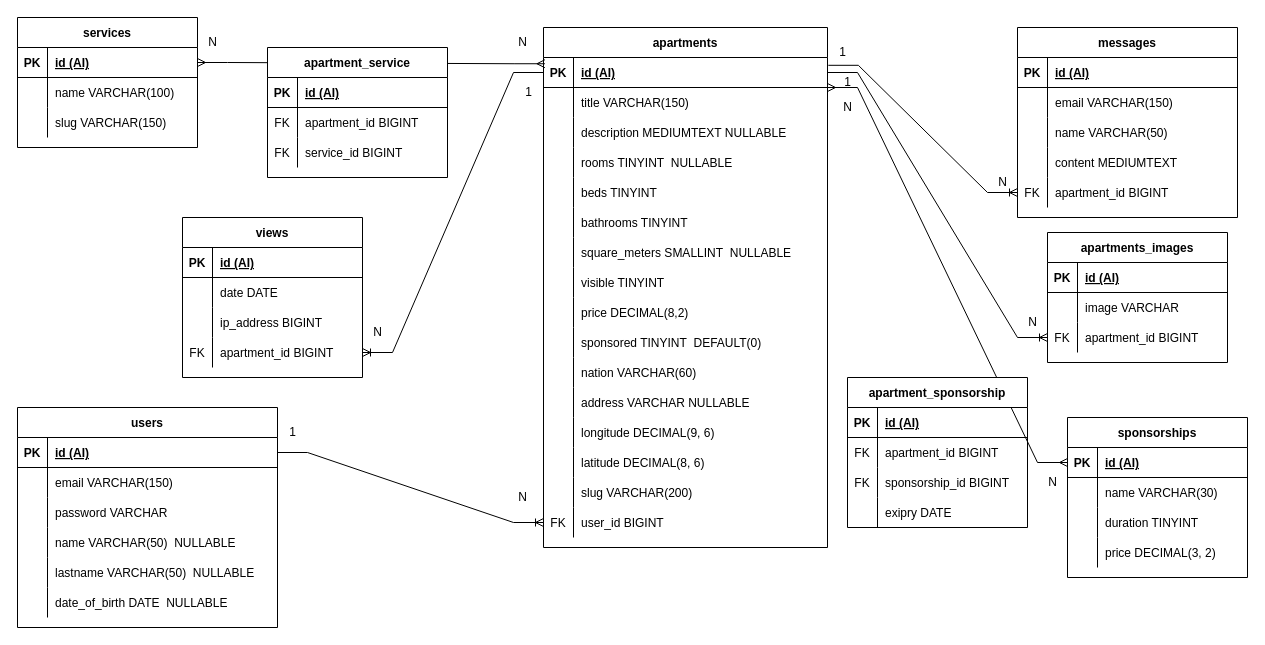
Before: modelloer.drawio in Ennio-M/boolbnb, a draw.io diagram. Source tidied: cells renumbered, new cells numbered last; positions are measured from the earlier drawing's top-left corner, leaving out a move shared by most shapes. Both pictures are drawn from the tidied source at 100%, with x=0, y=0 at pixel (17, 17).
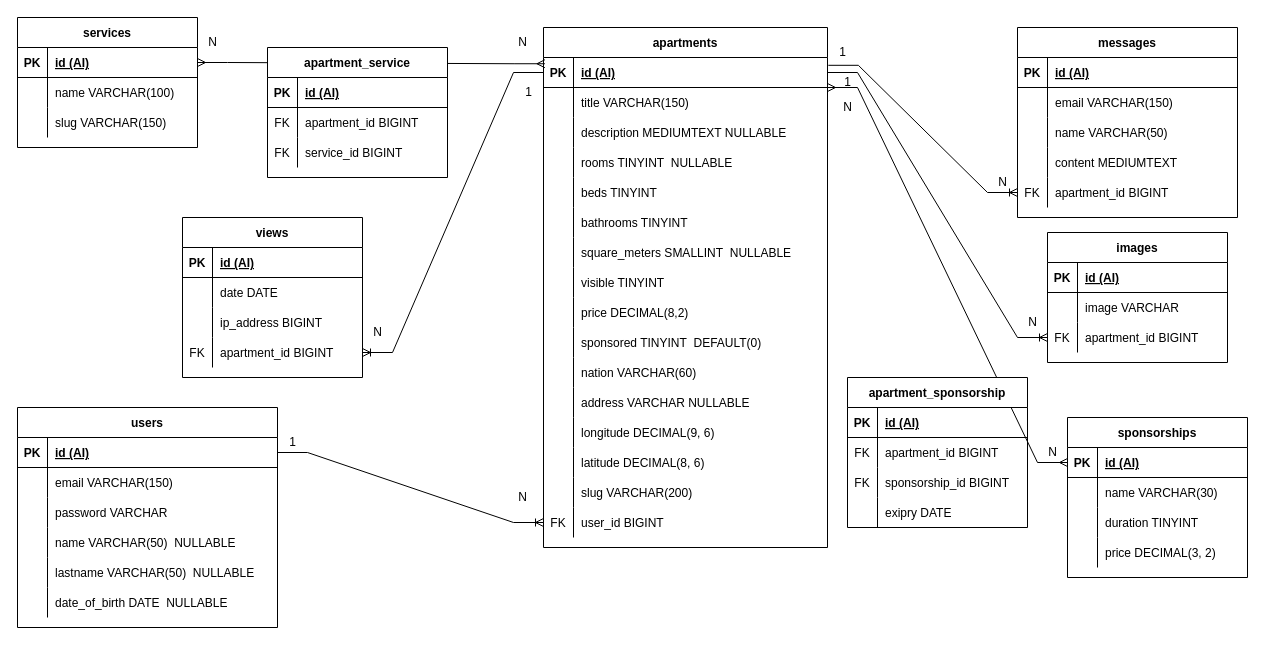
The same diagram, later.

What changed in the source:
```diff
@@
     <mxCell id="111" value="1" style="text;html=1;align=center;verticalAlign=middle;strokeColor=none;fillColor=none;" parent="1" vertex="1">
-      <mxGeometry x="260" y="400" width="30" height="30" as="geometry" />
+      <mxGeometry x="260" y="410" width="30" height="30" as="geometry" />
     </mxCell>
@@
-    <mxCell id="115" value="apartments_images" style="shape=table;startSize=30;childLayout=tableLayout;rowLines=0;fontStyle=1;align=center;" parent="1" vertex="1">
+    <mxCell id="115" value="images" style="shape=table;startSize=30;childLayout=tableLayout;rowLines=0;fontStyle=1;align=center;" parent="1" vertex="1">
       <mxGeometry x="1030" y="215" width="180" height="130" as="geometry" />
     </mxCell>
@@
     <mxCell id="159" value="N" style="text;html=1;align=center;verticalAlign=middle;strokeColor=none;fillColor=none;" parent="1" vertex="1">
-      <mxGeometry x="1020" y="450" width="30" height="30" as="geometry" />
+      <mxGeometry x="1020" y="420" width="30" height="30" as="geometry" />
     </mxCell>
```
